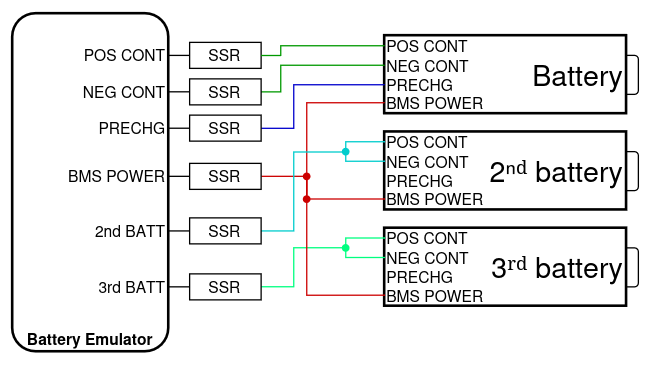
Before: be_battery_3x_gpio.png, a diagram exported from draw.io (nagyrobi/files). Source tidied: cells renumbered, new cells last; positions are measured from the earlier drawing's top-left corner, leaving out a move shared by most shapes.
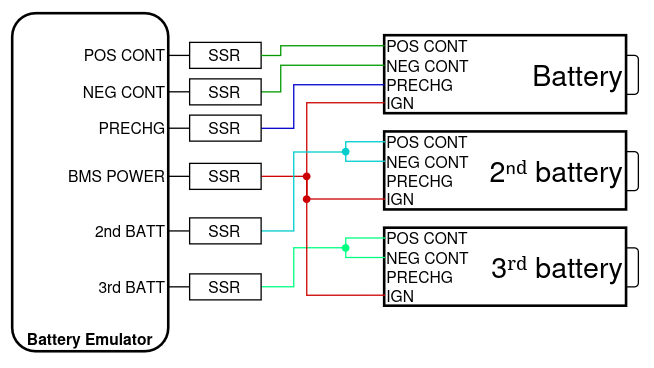
After the change.

Diff of the diagram source:
```diff
@@ -127,7 +127,7 @@
     <mxCell id="34" value="&lt;div&gt;PRECHG&lt;/div&gt;" style="text;html=1;whiteSpace=wrap;strokeColor=none;fillColor=none;align=left;verticalAlign=middle;rounded=0;" parent="1" vertex="1">
       <mxGeometry x="286" y="47" width="75" height="15" as="geometry" />
     </mxCell>
-    <mxCell id="35" value="BMS POWER" style="text;html=1;whiteSpace=wrap;strokeColor=none;fillColor=none;align=left;verticalAlign=middle;rounded=0;" parent="1" vertex="1">
+    <mxCell id="35" value="IGN" style="text;html=1;whiteSpace=wrap;strokeColor=none;fillColor=none;align=left;verticalAlign=middle;rounded=0;" parent="1" vertex="1">
       <mxGeometry x="286" y="61" width="90" height="15" as="geometry" />
     </mxCell>
     <mxCell id="36" style="edgeStyle=orthogonalEdgeStyle;rounded=0;jettySize=auto;html=1;exitX=0;exitY=0.5;exitDx=0;exitDy=0;endArrow=none;endFill=0;strokeColor=#00CCCC;" parent="1" edge="1" source="37" target="55">
@@ -153,7 +153,7 @@
         </Array>
       </mxGeometry>
     </mxCell>
-    <mxCell id="42" value="BMS POWER" style="text;html=1;whiteSpace=wrap;strokeColor=none;fillColor=none;align=left;verticalAlign=middle;rounded=0;" parent="1" vertex="1">
+    <mxCell id="42" value="IGN" style="text;html=1;whiteSpace=wrap;strokeColor=none;fillColor=none;align=left;verticalAlign=middle;rounded=0;" parent="1" vertex="1">
       <mxGeometry x="286" y="135" width="90" height="15" as="geometry" />
     </mxCell>
     <mxCell id="43" value="POS CONT" style="text;html=1;whiteSpace=wrap;strokeColor=none;fillColor=none;align=left;verticalAlign=middle;rounded=0;" parent="1" vertex="1">
@@ -172,7 +172,7 @@
         </Array>
       </mxGeometry>
     </mxCell>
-    <mxCell id="47" value="BMS POWER" style="text;html=1;whiteSpace=wrap;strokeColor=none;fillColor=none;align=left;verticalAlign=middle;rounded=0;" parent="1" vertex="1">
+    <mxCell id="47" value="IGN" style="text;html=1;whiteSpace=wrap;strokeColor=none;fillColor=none;align=left;verticalAlign=middle;rounded=0;" parent="1" vertex="1">
       <mxGeometry x="286" y="209" width="90" height="15" as="geometry" />
     </mxCell>
     <mxCell id="48" style="endArrow=none;html=1;rounded=0;entryX=0;entryY=0.5;entryDx=0;entryDy=0;exitX=1;exitY=0.5;exitDx=0;exitDy=0;edgeStyle=orthogonalEdgeStyle;strokeColor=#009900;" parent="1" edge="1" source="9" target="32">
```
